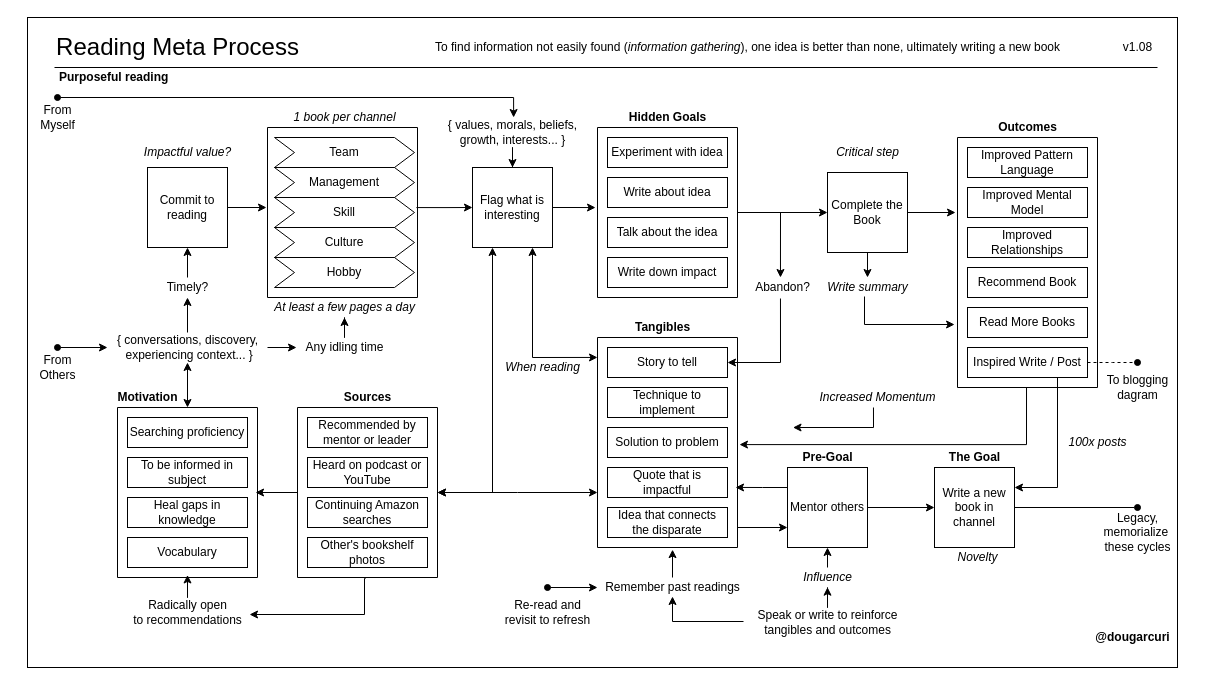
Above: page "reading-process" (1 of 8) of books/diagrams/reading-process.drawio in solidi/learning-notes (draw.io), before the change. Source tidied: cells renumbered, new cells numbered last; positions are measured from the earlier drawing's top-left corner, leaving out a move shared by most shapes. Both pictures are drawn from the tidied source at 100%, with x=0, y=0 at pixel (27, 17).
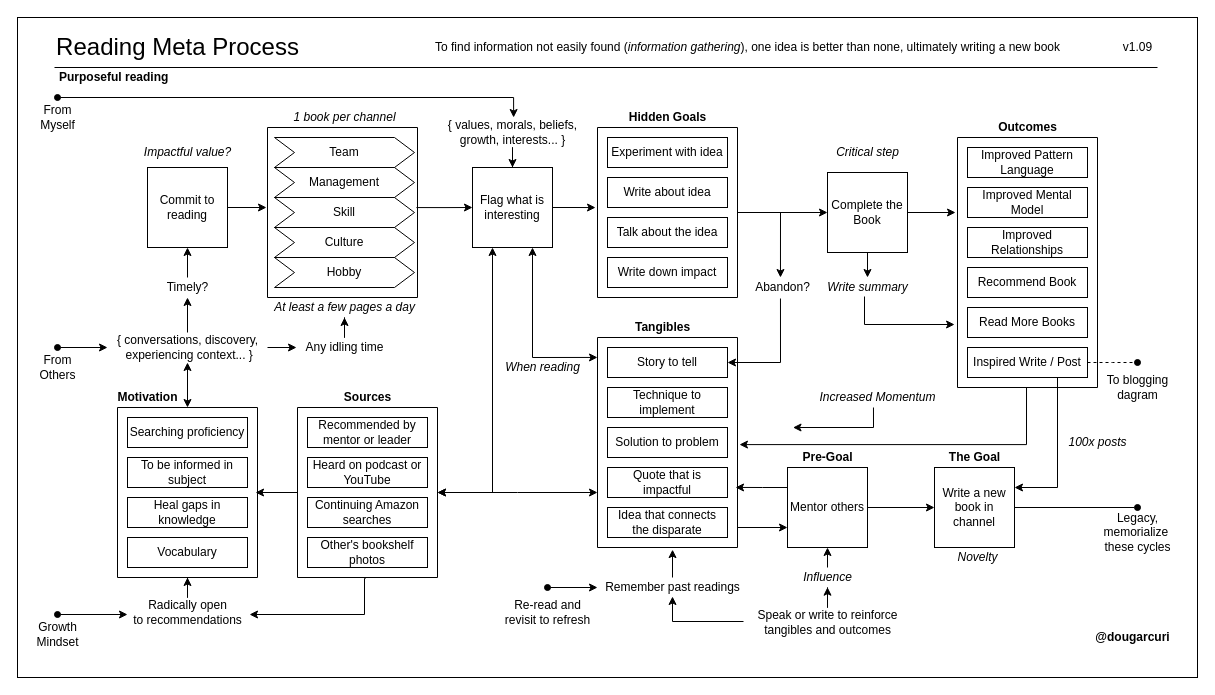
Above is the later version.

Commit message (it also covers changes not shown here):
Add growth mindset to the reading diagram

The change refers to these unchanged cells:
```xml
<mxCell id="6" style="verticalLabelPosition=bottom;verticalAlign=top;html=1;shape=mxgraph.basic.rect;fillColor2=none;strokeWidth=1;size=20;indent=5;fillColor=none;" parent="1" vertex="1">
  <mxGeometry x="90" y="390" width="140" height="170" as="geometry" />
</mxCell>
<mxCell id="28" value="Radically open&lt;br&gt;to recommendations" style="text;html=1;align=center;verticalAlign=middle;points=[];" parent="1" vertex="1">
  <mxGeometry x="100" y="580" width="120" height="30" as="geometry" />
</mxCell>
```

Diff of the diagram source:
```diff
@@
     <mxCell id="2" style="rounded=0;whiteSpace=wrap;html=1;fillColor=none;" parent="1" vertex="1">
-      <mxGeometry width="1150" height="650" as="geometry" />
+      <mxGeometry x="-10" width="1180" height="660" as="geometry" />
     </mxCell>
@@
-    <mxCell id="21" value="v1.08" style="text;html=1;align=center;verticalAlign=middle;" parent="1" vertex="1">
+    <mxCell id="21" value="v1.09" style="text;html=1;align=center;verticalAlign=middle;" parent="1" vertex="1">
       <mxGeometry x="1090" y="20" width="40" height="20" as="geometry" />
     </mxCell>
@@
-    <mxCell id="27" style="edgeStyle=orthogonalEdgeStyle;rounded=0;jettySize=auto;html=1;entryX=0.5;entryY=0.985;entryDx=0;entryDy=0;entryPerimeter=0;startArrow=none;startFill=0;endArrow=classic;endFill=1;" parent="1" edge="1" source="28" target="6">
+    <mxCell id="27" style="edgeStyle=orthogonalEdgeStyle;rounded=0;jettySize=auto;html=1;" parent="1" edge="1" source="28" target="6">
       <mxGeometry relative="1" as="geometry" />
     </mxCell>
@@
+    <mxCell id="114" style="edgeStyle=orthogonalEdgeStyle;rounded=0;orthogonalLoop=1;jettySize=auto;html=1;startArrow=classic;startFill=1;endArrow=oval;endFill=1;" parent="1" edge="1">
+      <mxGeometry relative="1" as="geometry">
+        <mxPoint x="100" y="597" as="sourcePoint" />
+        <mxPoint x="30" y="597" as="targetPoint" />
+      </mxGeometry>
+    </mxCell>
+    <mxCell id="115" value="Growth&lt;br&gt;Mindset" style="text;html=1;align=center;verticalAlign=middle;" parent="1" vertex="1">
+      <mxGeometry y="602" width="60" height="30" as="geometry" />
+    </mxCell>
```
